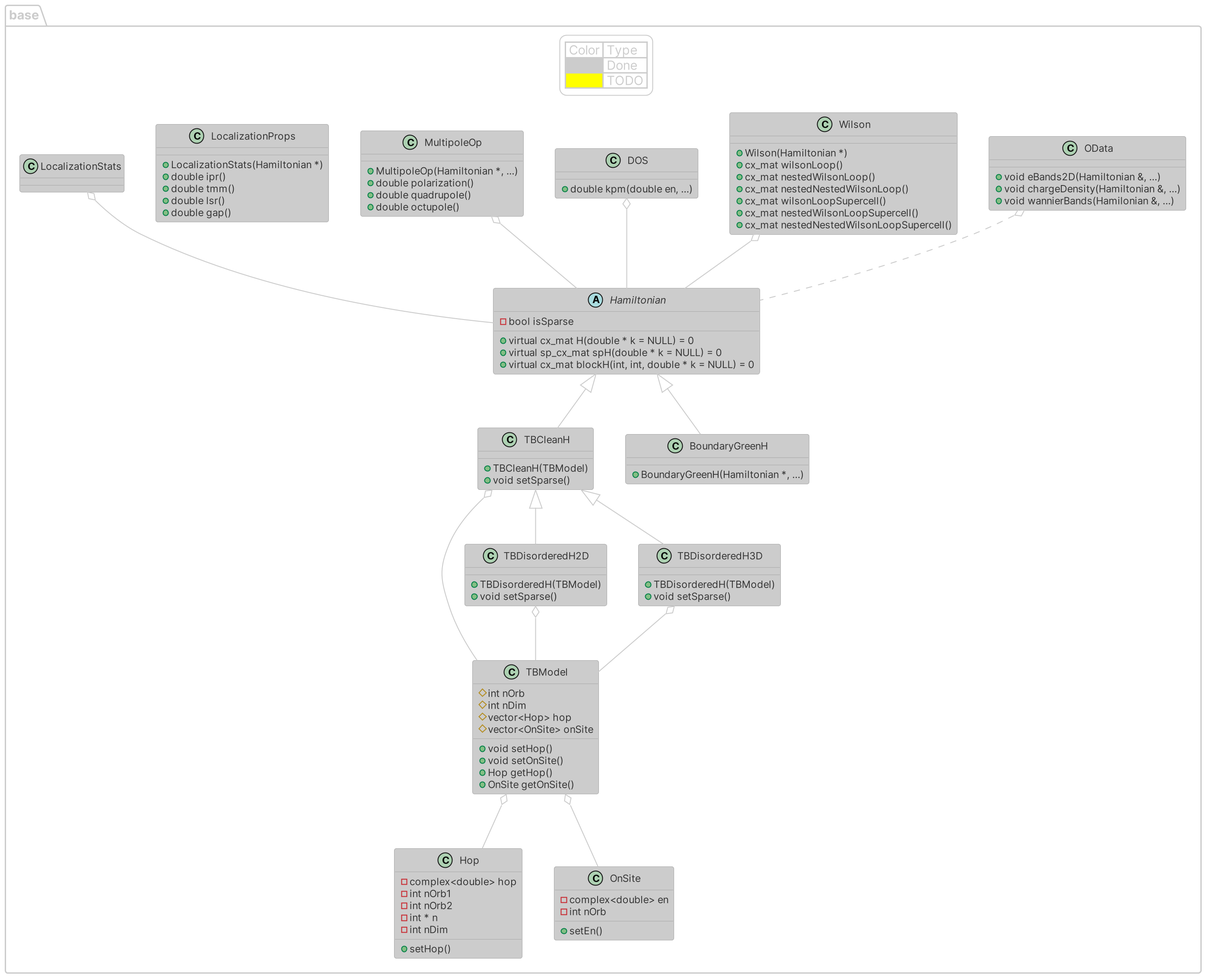
Above: diagram/diagram.png in Hugo-loio/TIM (PlantUML), before the change.
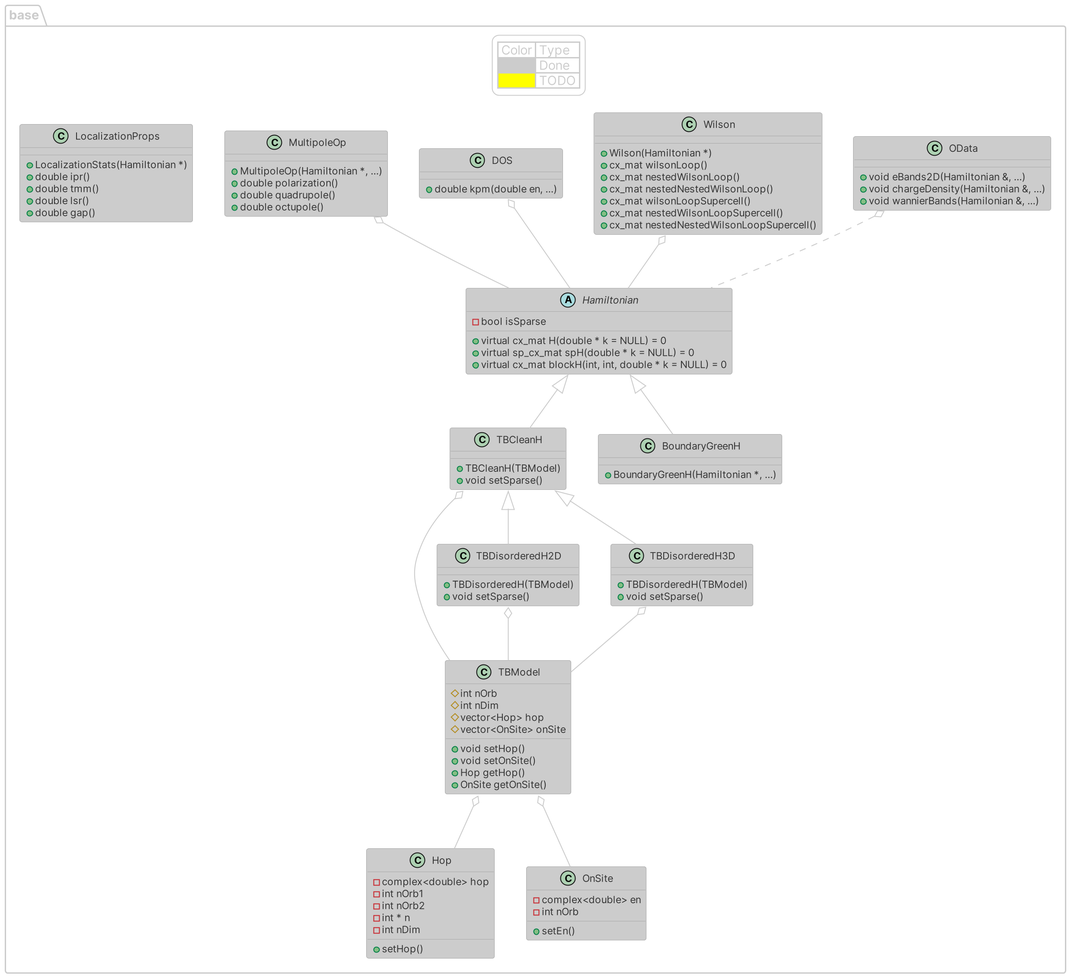
After the commit.

Diff of the diagram source:
```diff
@@ -96,7 +96,6 @@
 Wilson o-- Hamiltonian
 DOS o-- Hamiltonian
 MultipoleOp o-- Hamiltonian
-LocalizationStats o--Hamiltonian
 OData o..Hamiltonian
 
 Hamiltonian <|-- TBCleanH
```
